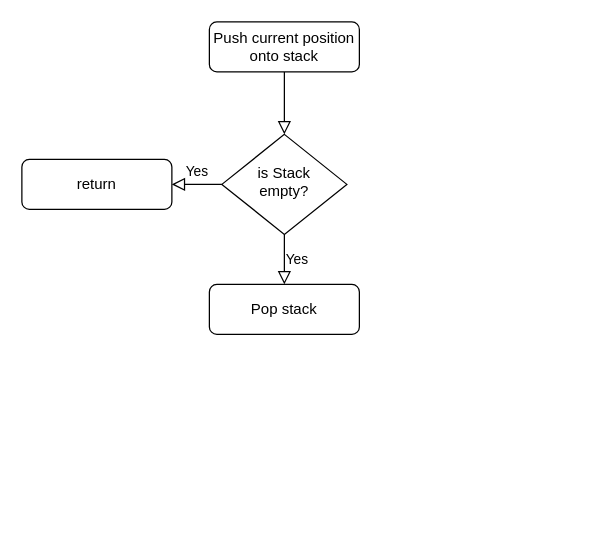
Above: draft/modflood.drawio in AminSeffo/Micromouse (draw.io), before the change. Source tidied: cells renumbered, new cells numbered last; positions are measured from the earlier drawing's top-left corner, leaving out a move shared by most shapes. Both pictures are drawn from the tidied source at 125%, with x=0, y=0 at pixel (21, 21).
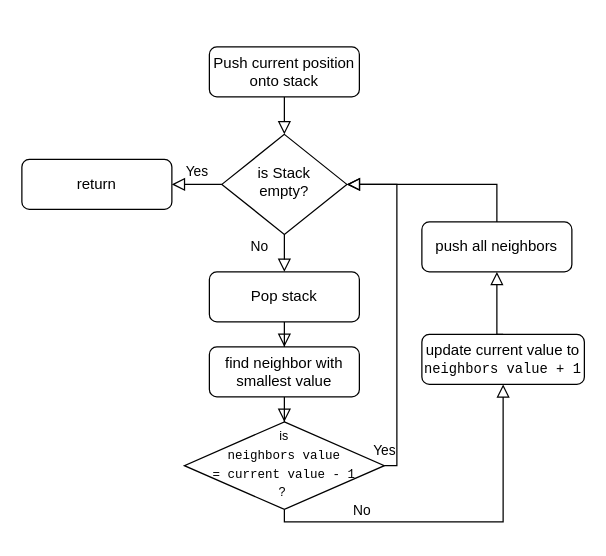
The same page after the edit.

The change refers to these unchanged cells:
```xml
<mxCell id="5" value="is Stack &lt;br&gt;empty?" style="rhombus;whiteSpace=wrap;html=1;shadow=0;fontFamily=Helvetica;fontSize=12;align=center;strokeWidth=1;spacing=6;spacingTop=-4;" parent="1" vertex="1">
  <mxGeometry x="160" y="90" width="100" height="80" as="geometry" />
</mxCell>
```

What changed in the source:
```diff
@@
     <mxCell id="3" value="Push current position onto stack" style="rounded=1;whiteSpace=wrap;html=1;fontSize=12;glass=0;strokeWidth=1;shadow=0;" parent="1" vertex="1">
-      <mxGeometry x="150" width="120" height="40" as="geometry" />
+      <mxGeometry x="150" y="20" width="120" height="40" as="geometry" />
     </mxCell>
@@
-    <mxCell id="7" value="Yes" style="edgeStyle=orthogonalEdgeStyle;rounded=0;html=1;jettySize=auto;fontSize=11;endArrow=block;endFill=0;endSize=8;strokeWidth=1;shadow=0;labelBackgroundColor=none;exitX=0.5;exitY=1;exitDx=0;exitDy=0;" parent="1" edge="1" source="5" target="8">
-      <mxGeometry y="10" relative="1" as="geometry" />
+    <mxCell id="7" value="No" style="edgeStyle=orthogonalEdgeStyle;rounded=0;html=1;jettySize=auto;fontSize=11;endArrow=block;endFill=0;endSize=8;strokeWidth=1;shadow=0;labelBackgroundColor=none;exitX=0.5;exitY=1;exitDx=0;exitDy=0;" parent="1" edge="1" source="5" target="8">
+      <mxGeometry x="-0.6" y="-20" relative="1" as="geometry" />
     </mxCell>
     <mxCell id="8" value="Pop stack" style="rounded=1;whiteSpace=wrap;html=1;fontSize=12;glass=0;strokeWidth=1;shadow=0;" parent="1" vertex="1">
-      <mxGeometry x="150" y="210" width="120" height="40" as="geometry" />
+      <mxGeometry x="150" y="200" width="120" height="40" as="geometry" />
     </mxCell>
+    <mxCell id="9" value="&lt;font style=&quot;font-size: 10px;&quot;&gt;is&lt;br&gt;&lt;font face=&quot;Courier New&quot;&gt;neighbors value &lt;br&gt;= current value - 1&lt;/font&gt;&lt;br&gt;?&amp;nbsp;&lt;/font&gt;" style="rhombus;whiteSpace=wrap;html=1;shadow=0;fontFamily=Helvetica;fontSize=12;align=center;strokeWidth=1;spacing=6;spacingTop=-4;" parent="1" vertex="1">
+      <mxGeometry x="130" y="320" width="160" height="70" as="geometry" />
+    </mxCell>
+    <mxCell id="10" style="rounded=0;html=1;jettySize=auto;fontSize=11;endArrow=block;endFill=0;endSize=8;strokeWidth=1;shadow=0;labelBackgroundColor=none;edgeStyle=orthogonalEdgeStyle;" parent="1" edge="1" source="12" target="9">
+      <mxGeometry relative="1" as="geometry" />
+    </mxCell>
+    <mxCell id="11" style="rounded=0;html=1;jettySize=auto;fontSize=11;endArrow=block;endFill=0;endSize=8;strokeWidth=1;shadow=0;labelBackgroundColor=none;edgeStyle=orthogonalEdgeStyle;" parent="1" edge="1" source="8" target="12">
+      <mxGeometry relative="1" as="geometry" />
+    </mxCell>
+    <mxCell id="12" value="find neighbor with smallest value" style="rounded=1;whiteSpace=wrap;html=1;fontSize=12;glass=0;strokeWidth=1;shadow=0;" parent="1" vertex="1">
+      <mxGeometry x="150" y="260" width="120" height="40" as="geometry" />
+    </mxCell>
+    <mxCell id="13" value="Yes" style="edgeStyle=orthogonalEdgeStyle;rounded=0;html=1;jettySize=auto;fontSize=11;endArrow=block;endFill=0;endSize=8;strokeWidth=1;shadow=0;labelBackgroundColor=none;entryX=1;entryY=0.5;entryDx=0;entryDy=0;exitX=1;exitY=0.5;exitDx=0;exitDy=0;" parent="1" edge="1" source="9" target="5">
+      <mxGeometry x="-0.84" y="10" relative="1" as="geometry">
+        <Array as="points">
+          <mxPoint x="300" y="355" />
+          <mxPoint x="300" y="130" />
+        </Array>
+      </mxGeometry>
+    </mxCell>
+    <mxCell id="14" style="edgeStyle=orthogonalEdgeStyle;rounded=0;html=1;jettySize=auto;fontSize=11;endArrow=block;endFill=0;endSize=8;strokeWidth=1;shadow=0;labelBackgroundColor=none;" parent="1" edge="1" source="19" target="5">
+      <mxGeometry y="10" relative="1" as="geometry">
+        <Array as="points">
+          <mxPoint x="380" y="130" />
+        </Array>
+      </mxGeometry>
+    </mxCell>
+    <mxCell id="15" style="edgeStyle=orthogonalEdgeStyle;rounded=0;html=1;jettySize=auto;fontSize=11;endArrow=block;endFill=0;endSize=8;strokeWidth=1;shadow=0;labelBackgroundColor=none;entryX=0.5;entryY=1;entryDx=0;entryDy=0;" parent="1" edge="1" source="9" target="17">
+      <mxGeometry y="10" relative="1" as="geometry">
+        <Array as="points">
+          <mxPoint x="210" y="400" />
+          <mxPoint x="385" y="400" />
+        </Array>
+      </mxGeometry>
+    </mxCell>
+    <mxCell id="16" value="No" style="edgeLabel;html=1;align=center;verticalAlign=middle;" parent="15" vertex="1">
+      <mxGeometry x="-0.46" y="-2" relative="1" as="geometry">
+        <mxPoint x="-9" y="-12" as="offset" />
+      </mxGeometry>
+    </mxCell>
+    <mxCell id="17" value="update current value to &lt;font style=&quot;font-size: 11px;&quot; face=&quot;Courier New&quot;&gt;neighbors value + 1&lt;/font&gt;" style="rounded=1;whiteSpace=wrap;html=1;fontSize=12;glass=0;strokeWidth=1;shadow=0;" parent="1" vertex="1">
+      <mxGeometry x="320" y="250" width="130" height="40" as="geometry" />
+    </mxCell>
+    <mxCell id="18" style="edgeStyle=orthogonalEdgeStyle;rounded=0;html=1;jettySize=auto;fontSize=11;endArrow=block;endFill=0;endSize=8;strokeWidth=1;shadow=0;labelBackgroundColor=none;exitX=0.5;exitY=0;exitDx=0;exitDy=0;entryX=0.5;entryY=1;entryDx=0;entryDy=0;" parent="1" edge="1" source="17" target="19">
+      <mxGeometry y="10" relative="1" as="geometry">
+        <Array as="points">
+          <mxPoint x="380" y="250" />
+        </Array>
+      </mxGeometry>
+    </mxCell>
+    <mxCell id="19" value="push all neighbors" style="rounded=1;whiteSpace=wrap;html=1;fontSize=12;glass=0;strokeWidth=1;shadow=0;" parent="1" vertex="1">
+      <mxGeometry x="320" y="160" width="120" height="40" as="geometry" />
+    </mxCell>
```
